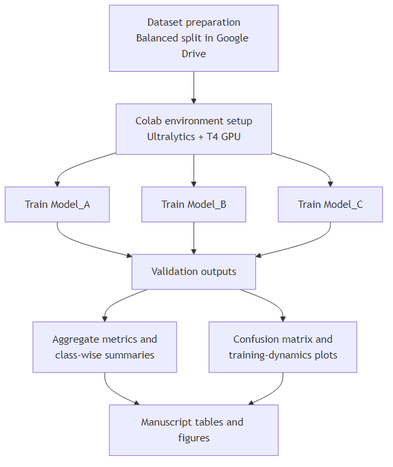
Earlier version of the Mermaid export deliverables/figures/study-workflow.png (arceezi/datascience3-yolov26). Its source is kept beside it as deliverables/figures/mermaid/study-workflow.mmd.
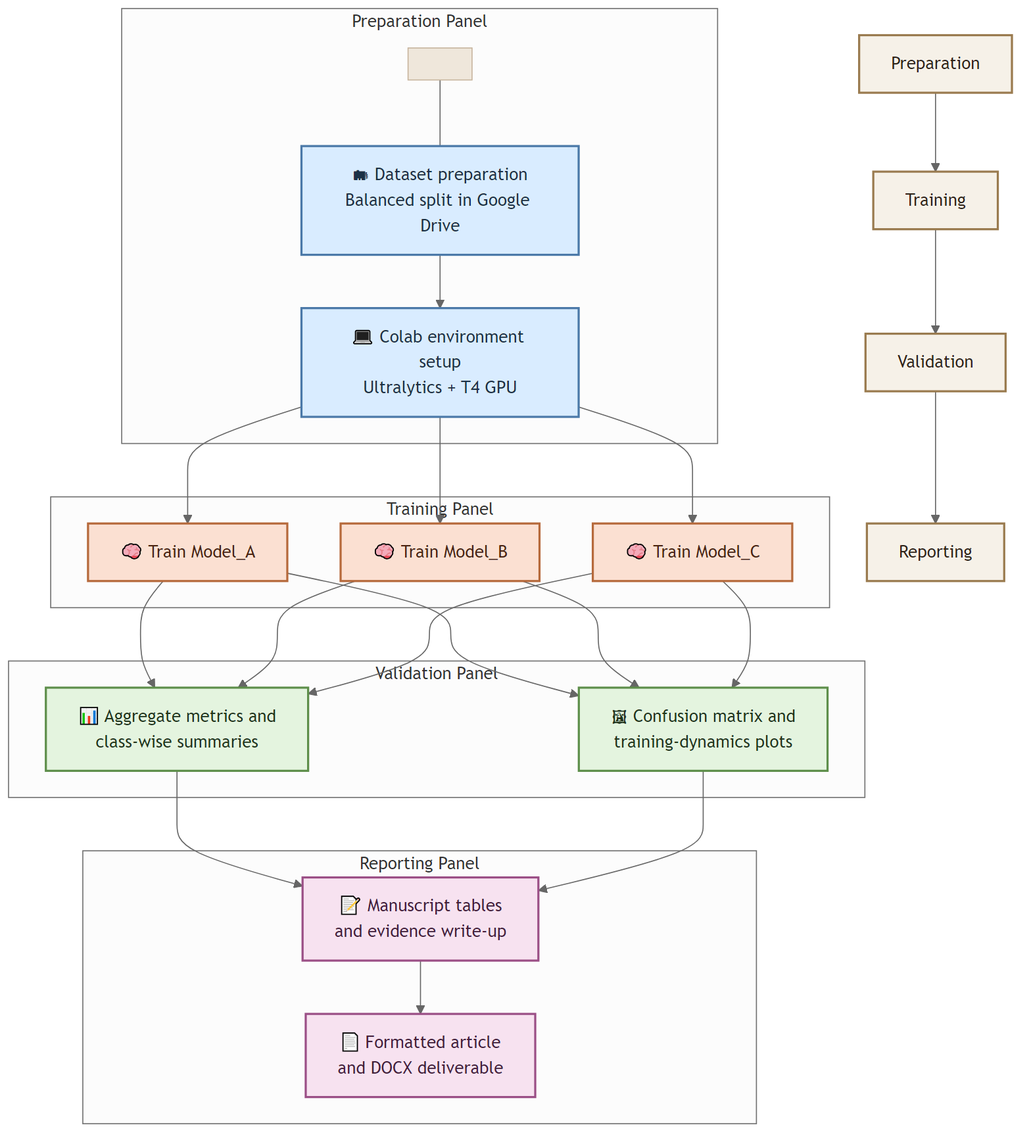
The same diagram one commit later.

Commit message:
Enhance report diagrams for version 2

The edit, as a diff of the source:
```diff
@@ -1,12 +1,50 @@
 flowchart TD
-    A["Dataset preparation<br/>Balanced split in Google Drive"] --> B["Colab environment setup<br/>Ultralytics + T4 GPU"]
-    B --> C["Train Model_A"]
-    B --> D["Train Model_B"]
-    B --> E["Train Model_C"]
-    C --> F["Validation outputs"]
-    D --> F
-    E --> F
-    F --> G["Aggregate metrics and<br/>class-wise summaries"]
-    F --> H["Confusion matrix and<br/>training-dynamics plots"]
-    G --> I["Manuscript tables and figures"]
-    H --> I
+    classDef stage fill:#f6f1e8,stroke:#9a7b4f,stroke-width:2px,color:#2f2417;
+    classDef prep fill:#d9ecff,stroke:#4b79a8,stroke-width:2px,color:#1b3146;
+    classDef train fill:#fbe0d2,stroke:#b66a3c,stroke-width:2px,color:#4a2410;
+    classDef eval fill:#e4f4df,stroke:#5e8f4b,stroke-width:2px,color:#21341a;
+    classDef report fill:#f7e2f0,stroke:#9b4f86,stroke-width:2px,color:#45203b;
+    classDef shadow fill:#efe7db,stroke:#c7b49d,stroke-width:1px,color:#7d6b55;
+
+    T1["Preparation"]:::stage --> T2["Training"]:::stage --> T3["Validation"]:::stage --> T4["Reporting"]:::stage
+
+    subgraph A["Preparation Panel"]
+        direction LR
+        A0[" "]:::shadow
+        A1["🗂 Dataset preparation<br/>Balanced split in Google Drive"]:::prep
+        A2["💻 Colab environment setup<br/>Ultralytics + T4 GPU"]:::prep
+        A0 --- A1
+    end
+
+    subgraph B["Training Panel"]
+        direction LR
+        B1["🧠 Train Model_A"]:::train
+        B2["🧠 Train Model_B"]:::train
+        B3["🧠 Train Model_C"]:::train
+    end
+
+    subgraph C["Validation Panel"]
+        direction LR
+        C1["📊 Aggregate metrics and<br/>class-wise summaries"]:::eval
+        C2["🖼 Confusion matrix and<br/>training-dynamics plots"]:::eval
+    end
+
+    subgraph D["Reporting Panel"]
+        direction LR
+        D1["📝 Manuscript tables<br/>and evidence write-up"]:::report
+        D2["📄 Formatted article<br/>and DOCX deliverable"]:::report
+    end
+
+    A1 --> A2
+    A2 --> B1
+    A2 --> B2
+    A2 --> B3
+    B1 --> C1
+    B2 --> C1
+    B3 --> C1
+    B1 --> C2
+    B2 --> C2
+    B3 --> C2
+    C1 --> D1
+    C2 --> D1
+    D1 --> D2
```
